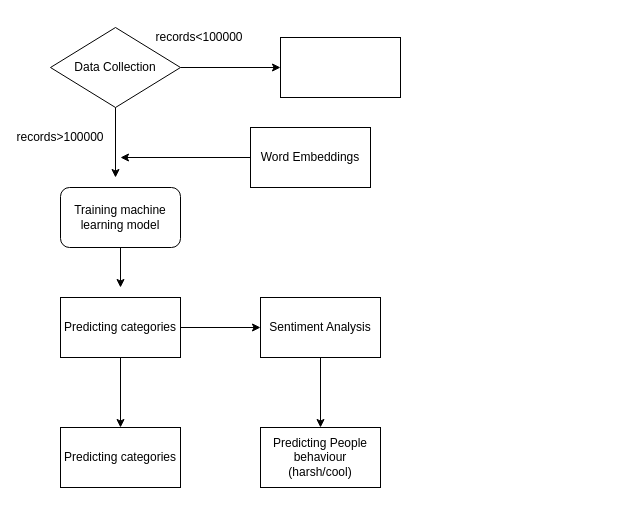
The draw.io diagram Untitled Diagram.drawio in Numan771/hello-world, before the edit. Source tidied: cells renumbered, new cells numbered last; positions are measured from the earlier drawing's top-left corner, leaving out a move shared by most shapes. Both pictures are drawn from the tidied source at 100%, with x=0, y=0 at pixel (50, 17).
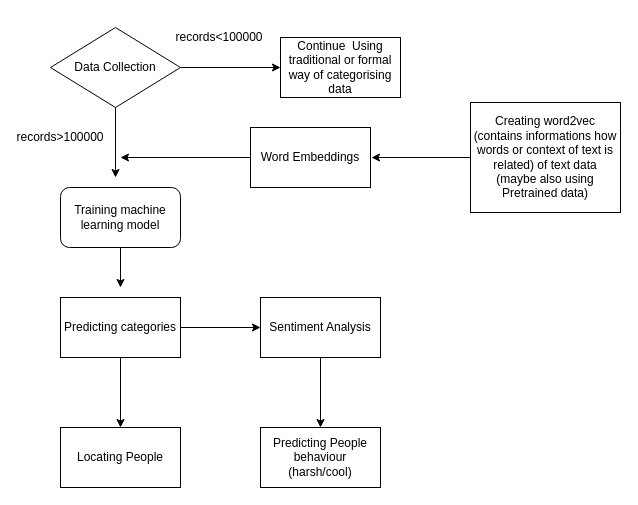
After the change.

Diff of the diagram source:
```diff
@@
-    <mxCell id="11" value="Predicting categories" style="rounded=0;whiteSpace=wrap;html=1;" parent="1" vertex="1">
+    <mxCell id="11" value="Locating People" style="rounded=0;whiteSpace=wrap;html=1;" parent="1" vertex="1">
       <mxGeometry x="10" y="410" width="120" height="60" as="geometry" />
     </mxCell>
@@
-    <mxCell id="17" style="rounded=0;whiteSpace=wrap;html=1;" parent="1" vertex="1">
+    <mxCell id="17" value="Continue &amp;nbsp;Using traditional or formal way of categorising data" style="rounded=0;whiteSpace=wrap;html=1;" parent="1" vertex="1">
       <mxGeometry x="230" y="20" width="120" height="60" as="geometry" />
     </mxCell>
     <mxCell id="18" value="records&amp;lt;100000" style="text;html=1;strokeColor=none;fillColor=none;align=center;verticalAlign=middle;whiteSpace=wrap;rounded=0;direction=north;" parent="1" vertex="1">
-      <mxGeometry x="139" width="20" height="40" as="geometry" />
+      <mxGeometry x="159" width="20" height="40" as="geometry" />
     </mxCell>
+    <mxCell id="19" value="Creating word2vec (contains informations how words or context of text is related) of text data&lt;br&gt;(maybe also using Pretrained data)&lt;br&gt;" style="rounded=0;whiteSpace=wrap;html=1;" parent="1" vertex="1">
+      <mxGeometry x="420" y="85" width="150" height="110" as="geometry" />
+    </mxCell>
+    <mxCell id="20" style="endArrow=classic;html=1;exitX=0;exitY=0.5;exitDx=0;exitDy=0;" parent="1" edge="1" source="19">
+      <mxGeometry relative="1" as="geometry">
+        <mxPoint x="321" y="140" as="targetPoint" />
+      </mxGeometry>
+    </mxCell>
```
